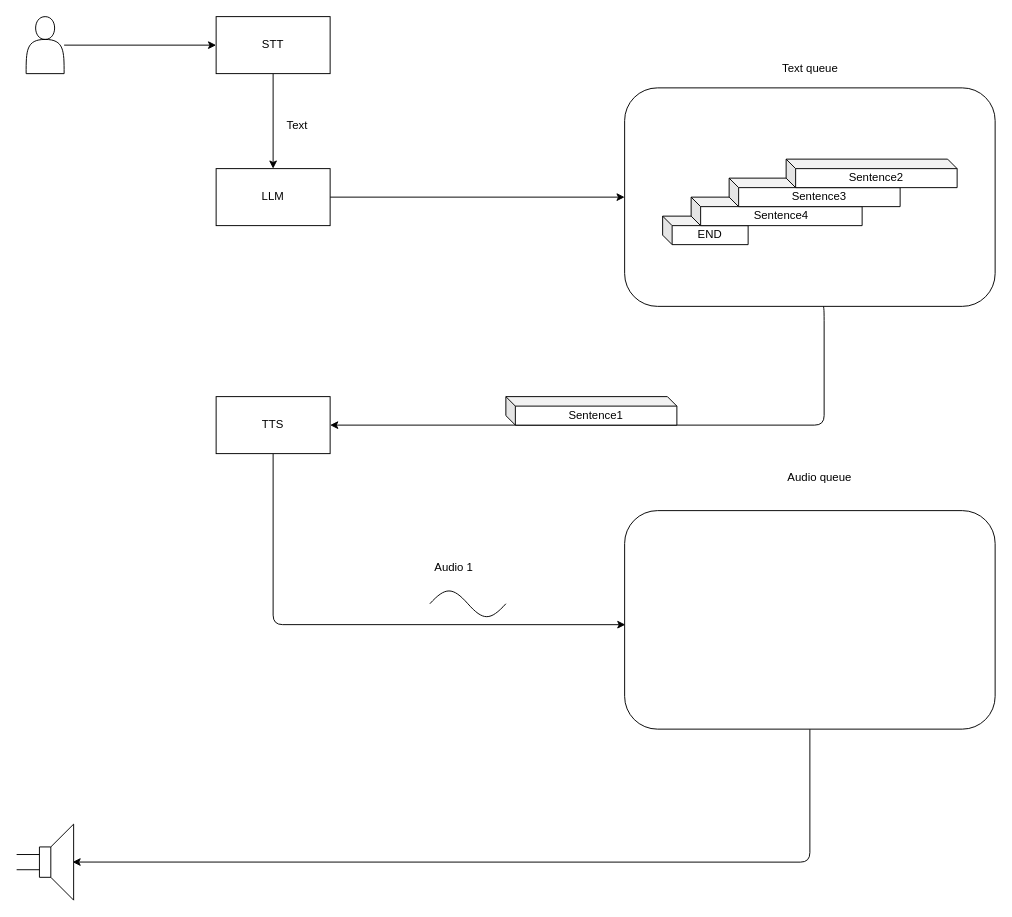
This is arch/architecture.drawio from 480284856/AsyncAudioChat, a draw.io file, before an edit. Source tidied: cells renumbered, new cells numbered last; positions are measured from the earlier drawing's top-left corner, leaving out a move shared by most shapes. Both pictures are drawn from the tidied source at 95%, with x=0, y=0 at pixel (16, 16).
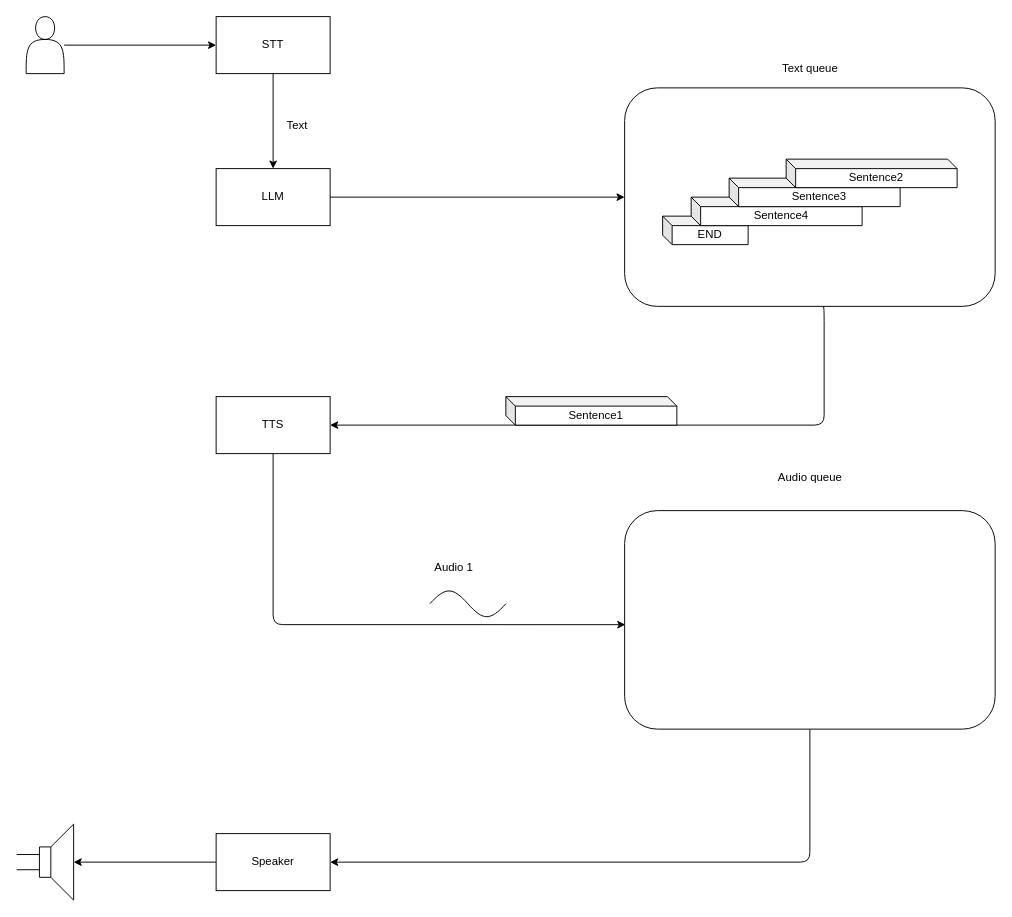
After the change.

Unchanged cells that the change refers to:
```xml
<mxCell id="14" style="rounded=1;whiteSpace=wrap;html=1;" parent="1" vertex="1">
  <mxGeometry x="640" y="520" width="390" height="230" as="geometry" />
</mxCell>
<mxCell id="18" style="verticalLabelPosition=bottom;shadow=0;dashed=0;align=center;html=1;verticalAlign=top;shape=mxgraph.electrical.electro-mechanical.loudspeaker;" parent="1" vertex="1">
  <mxGeometry y="850" width="60" height="80" as="geometry" />
</mxCell>
```

Diff of the diagram source:
```diff
@@
-    <mxCell id="13" style="edgeStyle=none;html=1;entryX=0.981;entryY=0.499;entryDx=0;entryDy=0;entryPerimeter=0;" parent="1" edge="1" source="14" target="18">
+    <mxCell id="13" style="edgeStyle=none;html=1;entryX=1;entryY=0.5;entryDx=0;entryDy=0;" parent="1" edge="1" source="14" target="26">
       <mxGeometry relative="1" as="geometry">
         <Array as="points">
           <mxPoint x="835" y="890" />
         </Array>
       </mxGeometry>
     </mxCell>
@@
     <mxCell id="15" value="Audio queue" style="text;html=1;align=center;verticalAlign=middle;strokeColor=none;fillColor=none;" parent="1" vertex="1">
-      <mxGeometry x="800" y="470" width="90" height="30" as="geometry" />
+      <mxGeometry x="790" y="470" width="90" height="30" as="geometry" />
     </mxCell>
@@
+    <mxCell id="25" style="edgeStyle=none;html=1;entryX=1;entryY=0.5;entryDx=0;entryDy=0;entryPerimeter=0;" parent="1" edge="1" source="26" target="18">
+      <mxGeometry relative="1" as="geometry" />
+    </mxCell>
+    <mxCell id="26" value="Speaker" style="rounded=0;whiteSpace=wrap;html=1;" parent="1" vertex="1">
+      <mxGeometry x="210" y="860" width="120" height="60" as="geometry" />
+    </mxCell>
```
